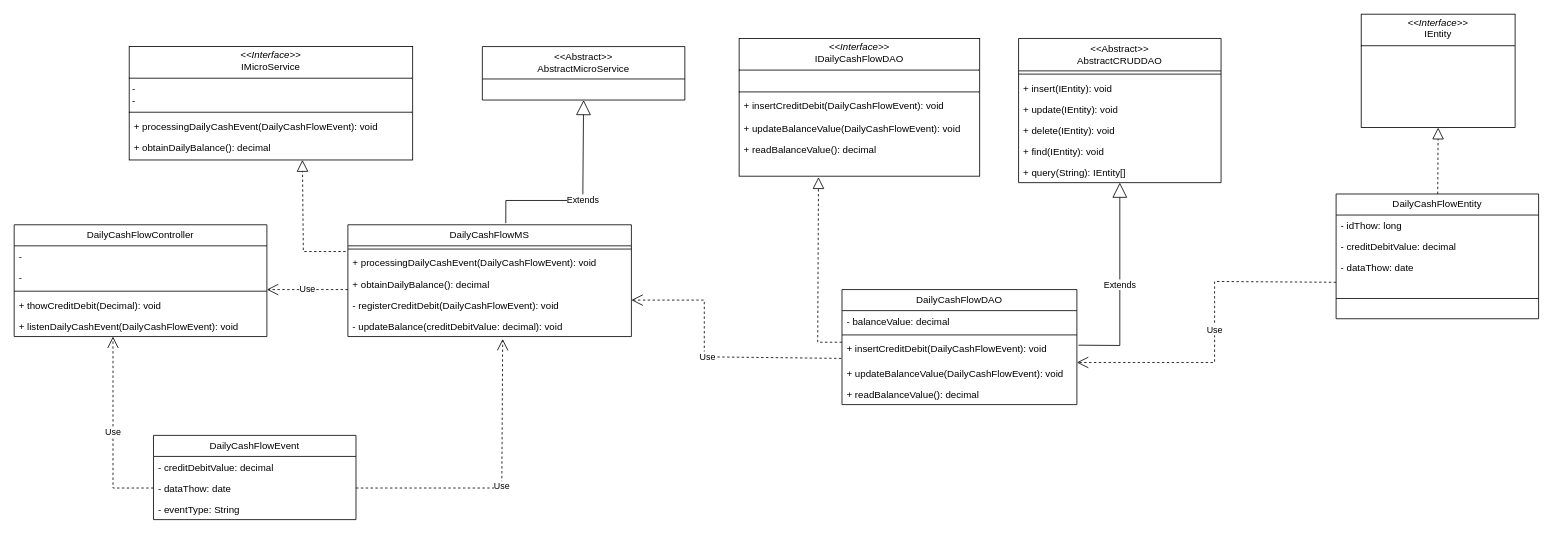
wellamaral2007/DailyCashFlowAPI keeps this draw.io diagram as page "Software Class Diagram" (2 of 3) of documentation/DailyCashFlowArchitecture.drawio. Above is the earlier version. Source tidied: cells renumbered, new cells numbered last; positions are measured from the earlier drawing's top-left corner, leaving out a move shared by most shapes. Both pictures are drawn from the tidied source at 81%, with x=0, y=0 at pixel (14, 14).
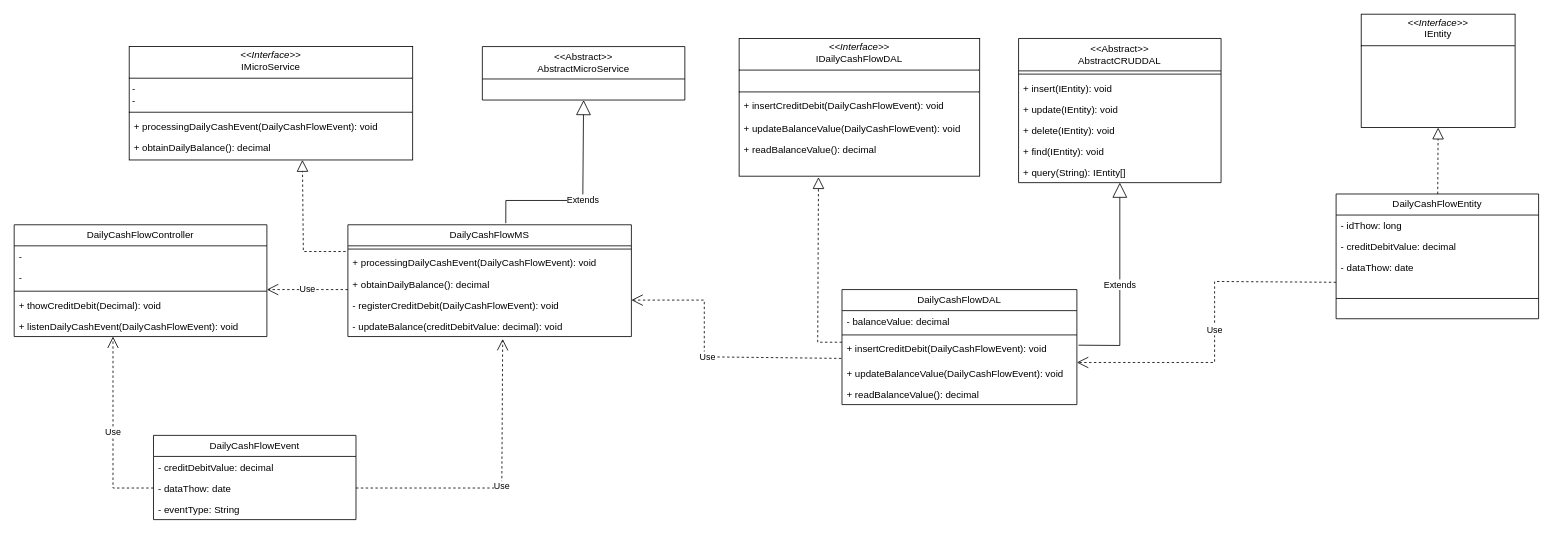
The same diagram, later.

Change to the diagram source:
```diff
@@
-    <mxCell id="21" value="DailyCashFlowDAO" style="swimlane;fontStyle=0;horizontal=1;startSize=26;fillColor=none;whiteSpace=wrap;html=1;" parent="1" vertex="1">
+    <mxCell id="21" value="DailyCashFlowDAL" style="swimlane;fontStyle=0;horizontal=1;startSize=26;fillColor=none;whiteSpace=wrap;html=1;" parent="1" vertex="1">
       <mxGeometry x="1022" y="340" width="290" height="142" as="geometry" />
     </mxCell>
@@
-    <mxCell id="27" value="&amp;lt;&amp;lt;Abstract&amp;gt;&amp;gt;&lt;div&gt;AbstractCRUDDAO&lt;/div&gt;" style="swimlane;fontStyle=0;horizontal=1;startSize=40;fillColor=none;whiteSpace=wrap;html=1;" parent="1" vertex="1">
+    <mxCell id="27" value="&amp;lt;&amp;lt;Abstract&amp;gt;&amp;gt;&lt;div&gt;AbstractCRUDDAL&lt;/div&gt;" style="swimlane;fontStyle=0;horizontal=1;startSize=40;fillColor=none;whiteSpace=wrap;html=1;" parent="1" vertex="1">
       <mxGeometry x="1240" y="30" width="250" height="178" as="geometry" />
     </mxCell>
@@
-    <mxCell id="34" value="&lt;p style=&quot;margin:0px;margin-top:4px;text-align:center;&quot;&gt;&lt;i&gt;&amp;lt;&amp;lt;Interface&amp;gt;&amp;gt;&lt;/i&gt;&lt;br&gt;IDailyCashFlowDAO&lt;br&gt;&lt;/p&gt;&lt;hr size=&quot;1&quot; style=&quot;border-style:solid;&quot;&gt;&lt;p style=&quot;margin:0px;margin-left:4px;&quot;&gt;&lt;br&gt;&lt;/p&gt;&lt;hr size=&quot;1&quot; style=&quot;border-style:solid;&quot;&gt;&lt;p style=&quot;margin:0px;margin-left:4px;&quot;&gt;&lt;br&gt;&lt;/p&gt;" style="verticalAlign=top;align=left;overflow=fill;html=1;whiteSpace=wrap;" parent="1" vertex="1">
+    <mxCell id="34" value="&lt;p style=&quot;margin:0px;margin-top:4px;text-align:center;&quot;&gt;&lt;i&gt;&amp;lt;&amp;lt;Interface&amp;gt;&amp;gt;&lt;/i&gt;&lt;br&gt;IDailyCashFlowDAL&lt;br&gt;&lt;/p&gt;&lt;hr size=&quot;1&quot; style=&quot;border-style:solid;&quot;&gt;&lt;p style=&quot;margin:0px;margin-left:4px;&quot;&gt;&lt;br&gt;&lt;/p&gt;&lt;hr size=&quot;1&quot; style=&quot;border-style:solid;&quot;&gt;&lt;p style=&quot;margin:0px;margin-left:4px;&quot;&gt;&lt;br&gt;&lt;/p&gt;" style="verticalAlign=top;align=left;overflow=fill;html=1;whiteSpace=wrap;" parent="1" vertex="1">
       <mxGeometry x="895" y="30" width="297" height="170" as="geometry" />
     </mxCell>
```
